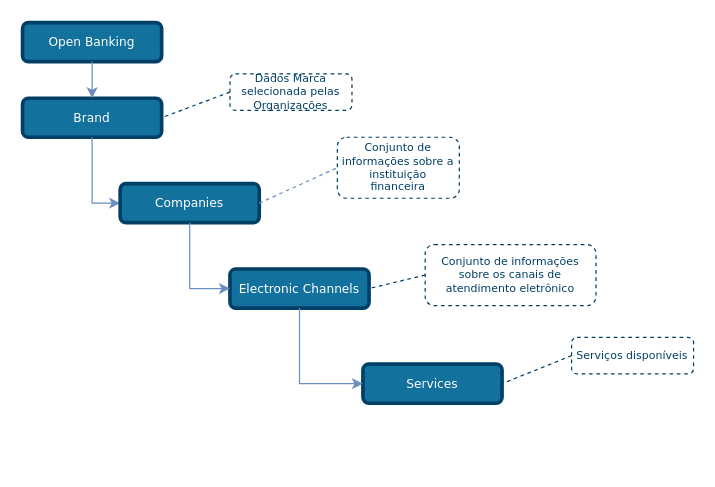
The draw.io diagram draw_io_diagrams/TLD_ElectronicChannels_v1.drawio in OpenBanking-Brasil/areadesenvolvedor, before the edit. Source tidied: cells renumbered, new cells numbered last; positions are measured from the earlier drawing's top-left corner, leaving out a move shared by most shapes. Both pictures are drawn from the tidied source at 122%, with x=0, y=0 at pixel (22, 22).
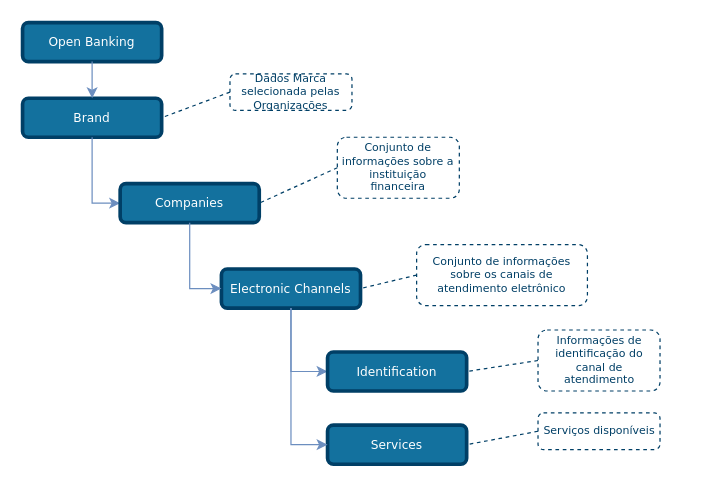
The same page after the edit.

Commit message (it also covers changes not shown here):
FEBRABANSD-180 - Update ElectronicChannels Diagram

The change refers to these unchanged cells:
```xml
<mxCell id="15" value="Companies" style="rounded=1;whiteSpace=wrap;html=1;comic=0;shadow=0;backgroundOutline=0;snapToPoint=0;fixDash=0;strokeWidth=3;fontFamily=Verdana;fontStyle=0;labelBackgroundColor=none;labelBorderColor=none;fontSize=10;fillColor=#13719E;strokeColor=#003F66;fontColor=#ffffff;" parent="1" vertex="1">
  <mxGeometry x="80" y="132" width="114" height="32" as="geometry" />
</mxCell>
<mxCell id="18" value="&lt;font style=&quot;font-size: 9px&quot;&gt;Conjunto de informações sobre a instituição financeira&lt;/font&gt;" style="rounded=1;whiteSpace=wrap;html=1;shadow=0;comic=0;strokeColor=#003F66;strokeWidth=1;fillColor=#ffffff;gradientColor=#ffffff;fontFamily=Verdana;fontSize=9;fontColor=#003F66;dashed=1;spacingLeft=5;spacing=0;spacingRight=5;spacingBottom=5;spacingTop=5;align=center;verticalAlign=middle;" parent="1" vertex="1">
  <mxGeometry x="258" y="94" width="100" height="50" as="geometry" />
</mxCell>
```

The edit, as a diff of the source:
```diff
@@
     <mxCell id="3" value="Electronic Channels" style="rounded=1;whiteSpace=wrap;html=1;comic=0;shadow=0;backgroundOutline=0;snapToPoint=0;fixDash=0;strokeWidth=3;fontFamily=Verdana;fontStyle=0;labelBackgroundColor=none;labelBorderColor=none;fontSize=10;fillColor=#13719E;strokeColor=#003F66;fontColor=#ffffff;" parent="1" vertex="1">
-      <mxGeometry x="170" y="202" width="114" height="32" as="geometry" />
+      <mxGeometry x="163" y="202" width="114" height="32" as="geometry" />
     </mxCell>
-    <mxCell id="4" value="Services" style="rounded=1;whiteSpace=wrap;html=1;comic=0;shadow=0;backgroundOutline=0;snapToPoint=0;fixDash=0;strokeWidth=3;fontFamily=Verdana;fontStyle=0;labelBackgroundColor=none;labelBorderColor=none;fontSize=10;fillColor=#13719E;strokeColor=#003F66;fontColor=#ffffff;" parent="1" vertex="1">
-      <mxGeometry x="279" y="280" width="114" height="32" as="geometry" />
-    </mxCell>
     <mxCell id="5" value="&lt;font style=&quot;font-size: 9px&quot;&gt;Conjunto de informações sobre os canais de atendimento eletrônico&lt;/font&gt;" style="rounded=1;whiteSpace=wrap;html=1;shadow=0;comic=0;strokeColor=#003F66;strokeWidth=1;fillColor=#ffffff;gradientColor=#ffffff;fontFamily=Verdana;fontSize=9;fontColor=#003F66;dashed=1;spacingLeft=5;spacing=0;spacingRight=5;spacingBottom=5;spacingTop=5;align=center;verticalAlign=middle;" parent="1" vertex="1">
-      <mxGeometry x="330" y="182" width="140" height="50" as="geometry" />
+      <mxGeometry x="323" y="182" width="140" height="50" as="geometry" />
     </mxCell>
@@
-    <mxCell id="7" value="&lt;font style=&quot;font-size: 9px&quot;&gt;Serviços disponíveis&lt;/font&gt;" style="rounded=1;whiteSpace=wrap;html=1;shadow=0;comic=0;strokeColor=#003F66;strokeWidth=1;fillColor=#ffffff;gradientColor=#ffffff;fontFamily=Verdana;fontSize=9;fontColor=#003F66;dashed=1;spacingLeft=5;spacing=0;spacingRight=5;spacingBottom=5;spacingTop=5;align=center;verticalAlign=middle;" parent="1" vertex="1">
-      <mxGeometry x="450" y="258" width="100" height="30" as="geometry" />
-    </mxCell>
-    <mxCell id="8" style="endArrow=none;dashed=1;html=1;shadow=0;strokeColor=#003F66;fontFamily=Verdana;fontSize=9;fontColor=#003F66;entryX=1;entryY=0.5;entryDx=0;entryDy=0;exitX=0;exitY=0.5;exitDx=0;exitDy=0;" parent="1" edge="1" source="7" target="4">
-      <mxGeometry relative="1" as="geometry" />
-    </mxCell>
@@
-    <mxCell id="14" style="edgeStyle=orthogonalEdgeStyle;rounded=0;jettySize=auto;html=1;exitX=0.5;exitY=1;exitDx=0;exitDy=0;entryX=0;entryY=0.5;entryDx=0;entryDy=0;strokeColor=#6C8EBF;endArrow=classic;endFill=1;" parent="1" edge="1" source="3" target="4">
+    <mxCell id="14" style="edgeStyle=orthogonalEdgeStyle;rounded=0;jettySize=auto;html=1;exitX=0.5;exitY=1;exitDx=0;exitDy=0;entryX=0;entryY=0.5;entryDx=0;entryDy=0;strokeColor=#6C8EBF;endArrow=classic;endFill=1;" parent="1" edge="1" source="3" target="19">
       <mxGeometry relative="1" as="geometry" />
     </mxCell>
@@
-    <mxCell id="17" style="edgeStyle=none;rounded=1;jettySize=auto;html=1;exitX=1;exitY=0.5;exitDx=0;exitDy=0;entryX=0;entryY=0.5;entryDx=0;entryDy=0;dashed=1;endArrow=none;endFill=0;endSize=6;strokeColor=#6C8EBF;" parent="1" edge="1" source="15" target="18">
-      <mxGeometry relative="1" as="geometry" />
-    </mxCell>
@@
+    <mxCell id="4" value="Services" style="rounded=1;whiteSpace=wrap;html=1;comic=0;shadow=0;backgroundOutline=0;snapToPoint=0;fixDash=0;strokeWidth=3;fontFamily=Verdana;fontStyle=0;labelBackgroundColor=none;labelBorderColor=none;fontSize=10;fillColor=#13719E;strokeColor=#003F66;fontColor=#ffffff;" parent="1" vertex="1">
+      <mxGeometry x="250" y="330" width="114" height="32" as="geometry" />
+    </mxCell>
+    <mxCell id="7" value="&lt;font style=&quot;font-size: 9px&quot;&gt;Serviços disponíveis&lt;/font&gt;" style="rounded=1;whiteSpace=wrap;html=1;shadow=0;comic=0;strokeColor=#003F66;strokeWidth=1;fillColor=#ffffff;gradientColor=#ffffff;fontFamily=Verdana;fontSize=9;fontColor=#003F66;dashed=1;spacingLeft=5;spacing=0;spacingRight=5;spacingBottom=5;spacingTop=5;align=center;verticalAlign=middle;" parent="1" vertex="1">
+      <mxGeometry x="422.5" y="320" width="100" height="30" as="geometry" />
+    </mxCell>
+    <mxCell id="8" style="endArrow=none;dashed=1;html=1;shadow=0;strokeColor=#003F66;fontFamily=Verdana;fontSize=9;fontColor=#003F66;entryX=1;entryY=0.5;entryDx=0;entryDy=0;exitX=0;exitY=0.5;exitDx=0;exitDy=0;" parent="1" edge="1" source="7" target="4">
+      <mxGeometry relative="1" as="geometry" />
+    </mxCell>
+    <mxCell id="19" value="Identification" style="rounded=1;whiteSpace=wrap;html=1;comic=0;shadow=0;backgroundOutline=0;snapToPoint=0;fixDash=0;strokeWidth=3;fontFamily=Verdana;fontStyle=0;labelBackgroundColor=none;labelBorderColor=none;fontSize=10;fillColor=#13719E;strokeColor=#003F66;fontColor=#ffffff;" parent="1" vertex="1">
+      <mxGeometry x="250" y="270" width="114" height="32" as="geometry" />
+    </mxCell>
+    <mxCell id="20" value="Informações de identificação do canal de atendimento" style="rounded=1;whiteSpace=wrap;html=1;shadow=0;comic=0;strokeColor=#003F66;strokeWidth=1;fillColor=#ffffff;gradientColor=#ffffff;fontFamily=Verdana;fontSize=9;fontColor=#003F66;dashed=1;spacingLeft=5;spacing=0;spacingRight=5;spacingBottom=5;spacingTop=5;align=center;verticalAlign=middle;" parent="1" vertex="1">
+      <mxGeometry x="422.5" y="252" width="100" height="50" as="geometry" />
+    </mxCell>
+    <mxCell id="21" style="endArrow=none;dashed=1;html=1;shadow=0;strokeColor=#003F66;fontFamily=Verdana;fontSize=9;fontColor=#003F66;entryX=1;entryY=0.5;entryDx=0;entryDy=0;exitX=0;exitY=0.5;exitDx=0;exitDy=0;" parent="1" edge="1" source="20" target="19">
+      <mxGeometry relative="1" as="geometry" />
+    </mxCell>
+    <mxCell id="22" style="edgeStyle=orthogonalEdgeStyle;rounded=0;jettySize=auto;html=1;entryX=0;entryY=0.5;entryDx=0;entryDy=0;strokeColor=#6C8EBF;endArrow=classic;endFill=1;exitX=0.5;exitY=1;exitDx=0;exitDy=0;" parent="1" edge="1" source="3" target="4">
+      <mxGeometry relative="1" as="geometry" />
+    </mxCell>
+    <mxCell id="23" style="endArrow=none;dashed=1;html=1;shadow=0;strokeColor=#003F66;fontFamily=Verdana;fontSize=9;fontColor=#003F66;exitX=0;exitY=0.5;exitDx=0;exitDy=0;entryX=1;entryY=0.5;entryDx=0;entryDy=0;" parent="1" edge="1" source="18" target="15">
+      <mxGeometry relative="1" as="geometry" />
+    </mxCell>
```
